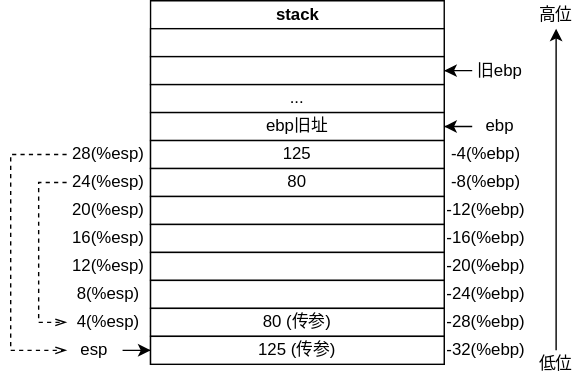
Before: drawio/x86callFunc.drawio.svg, a diagram exported from draw.io (Stolorzs/Picgo). Source tidied: cells renumbered, new cells last; positions are measured from the earlier drawing's top-left corner, leaving out a move shared by most shapes.
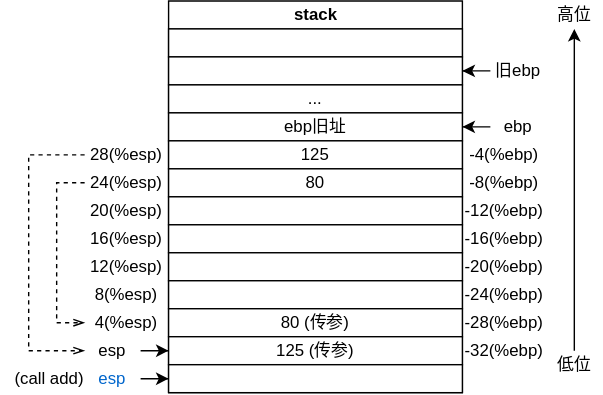
After the commit.

Change to the diagram source:
```diff
@@ -3,7 +3,7 @@
     <mxCell id="0" />
     <mxCell id="1" parent="0" />
     <mxCell id="2" value="stack" style="swimlane;horizontal=1;startSize=20;html=1;" parent="1" vertex="1">
-      <mxGeometry x="100" width="210" height="260" as="geometry" />
+      <mxGeometry x="100" width="210" height="280" as="geometry" />
     </mxCell>
     <mxCell id="3" style="rounded=0;whiteSpace=wrap;html=1;" parent="2" vertex="1">
       <mxGeometry y="20" width="210" height="20" as="geometry" />
@@ -41,6 +41,9 @@
     <mxCell id="14" value="125 (传参)" style="rounded=0;whiteSpace=wrap;html=1;" parent="2" vertex="1">
       <mxGeometry y="240" width="210" height="20" as="geometry" />
     </mxCell>
+    <mxCell id="42" style="rounded=0;whiteSpace=wrap;html=1;" parent="2" vertex="1">
+      <mxGeometry y="260" width="210" height="20" as="geometry" />
+    </mxCell>
     <mxCell id="15" style="edgeStyle=orthogonalEdgeStyle;rounded=0;jettySize=auto;html=1;" parent="1" edge="1" source="16" target="14">
       <mxGeometry relative="1" as="geometry" />
     </mxCell>
@@ -135,5 +138,14 @@
         </Array>
       </mxGeometry>
     </mxCell>
+    <mxCell id="43" style="edgeStyle=orthogonalEdgeStyle;rounded=0;jettySize=auto;html=1;" parent="1" edge="1" source="44" target="42">
+      <mxGeometry relative="1" as="geometry" />
+    </mxCell>
+    <mxCell id="44" value="esp" style="text;html=1;align=center;verticalAlign=middle;whiteSpace=wrap;rounded=0;fontColor=#0066CC;" parent="1" vertex="1">
+      <mxGeometry x="40" y="260" width="40" height="20" as="geometry" />
+    </mxCell>
+    <mxCell id="45" value="(call add)" style="text;html=1;align=center;verticalAlign=middle;whiteSpace=wrap;rounded=0;" parent="1" vertex="1">
+      <mxGeometry x="-20" y="260" width="70" height="20" as="geometry" />
+    </mxCell>
   </root>
 </mxGraphModel>
```
